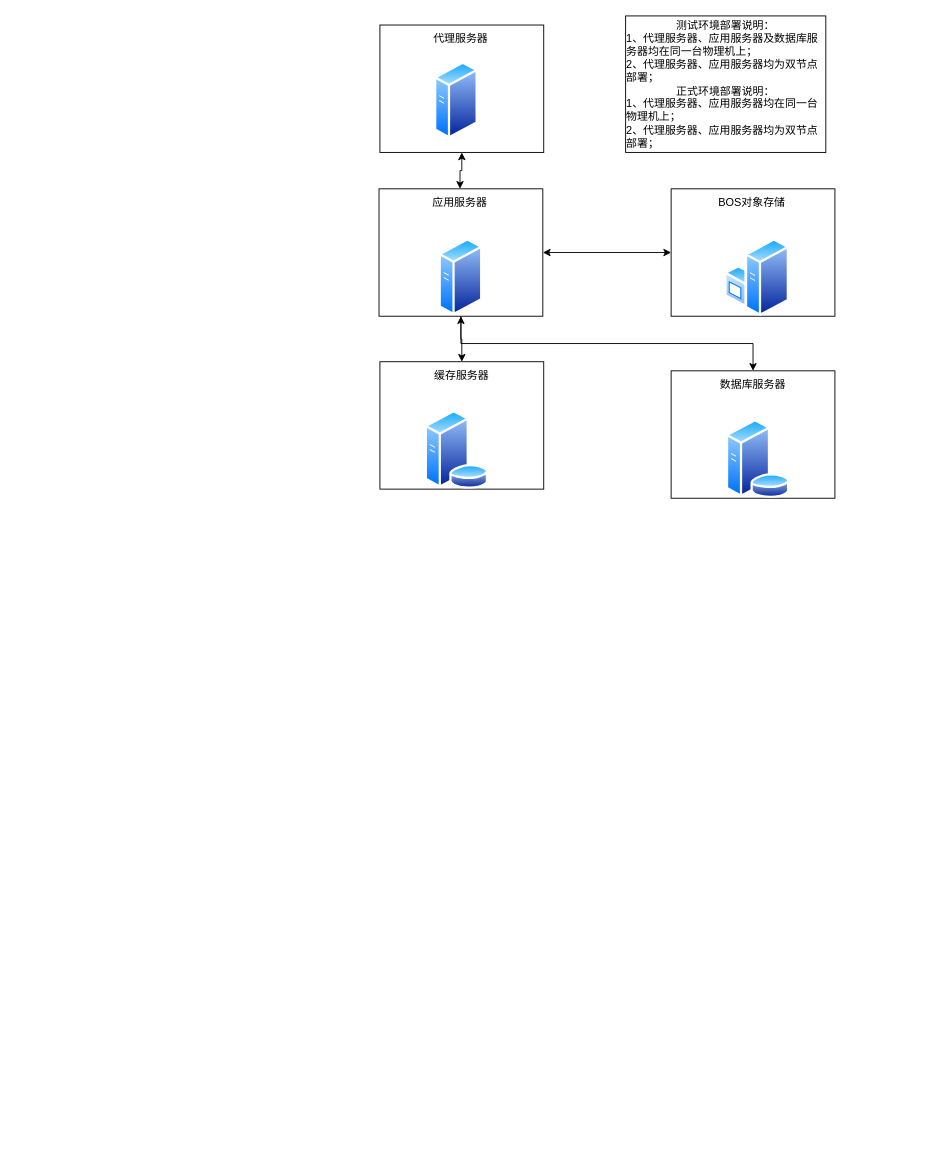
The draw.io diagram 临时.drawio in Amanocino/java-tuling, before the edit. Source tidied: cells renumbered, new cells numbered last; positions are measured from the earlier drawing's top-left corner, leaving out a move shared by most shapes. Both pictures are drawn from the tidied source at 91%, with x=0, y=0 at pixel (379, 15).
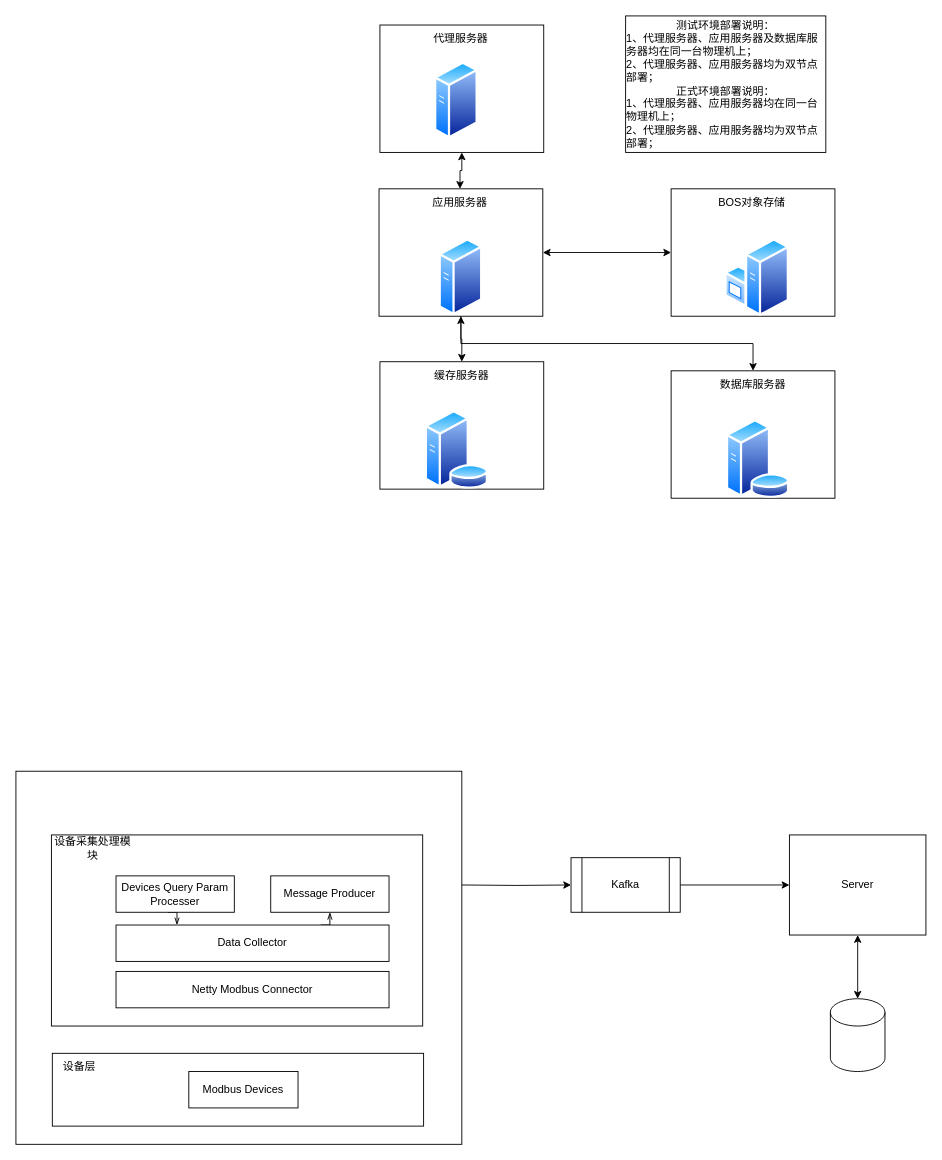
The same diagram, later.

Change to the diagram source:
```diff
@@
+    <mxCell id="22" style="edgeStyle=orthogonalEdgeStyle;rounded=0;jettySize=auto;html=1;exitX=1;exitY=0.5;exitDx=0;exitDy=0;entryX=0;entryY=0.5;entryDx=0;entryDy=0;" parent="1" edge="1" target="24">
+      <mxGeometry relative="1" as="geometry">
+        <mxPoint x="91" y="955" as="sourcePoint" />
+      </mxGeometry>
+    </mxCell>
+    <mxCell id="23" style="edgeStyle=orthogonalEdgeStyle;rounded=0;jettySize=auto;html=1;exitX=1;exitY=0.5;exitDx=0;exitDy=0;entryX=0;entryY=0.5;entryDx=0;entryDy=0;" parent="1" edge="1" source="24" target="25">
+      <mxGeometry relative="1" as="geometry" />
+    </mxCell>
+    <mxCell id="24" value="Kafka" style="shape=process;whiteSpace=wrap;html=1;backgroundOutline=1;" parent="1" vertex="1">
+      <mxGeometry x="211" y="925" width="120" height="60" as="geometry" />
+    </mxCell>
+    <mxCell id="25" value="Server" style="rounded=0;whiteSpace=wrap;html=1;" parent="1" vertex="1">
+      <mxGeometry x="451" y="900" width="150" height="110" as="geometry" />
+    </mxCell>
+    <mxCell id="26" style="shape=cylinder3;whiteSpace=wrap;html=1;boundedLbl=1;backgroundOutline=1;size=15;" parent="1" vertex="1">
+      <mxGeometry x="496" y="1080" width="60" height="80" as="geometry" />
+    </mxCell>
+    <mxCell id="27" style="edgeStyle=orthogonalEdgeStyle;rounded=0;jettySize=auto;html=1;exitX=0.5;exitY=0;exitDx=0;exitDy=0;exitPerimeter=0;entryX=0.5;entryY=1;entryDx=0;entryDy=0;startArrow=classic;startFill=1;" parent="1" edge="1" source="26" target="25">
+      <mxGeometry relative="1" as="geometry" />
+    </mxCell>
+    <mxCell id="28" style="rounded=0;whiteSpace=wrap;html=1;" parent="1" vertex="1">
+      <mxGeometry x="-399" y="830" width="490" height="410" as="geometry" />
+    </mxCell>
+    <mxCell id="29" style="rounded=0;whiteSpace=wrap;html=1;" parent="1" vertex="1">
+      <mxGeometry x="-359" y="1140" width="408" height="80" as="geometry" />
+    </mxCell>
+    <mxCell id="30" value="Modbus Devices" style="rounded=0;whiteSpace=wrap;html=1;" parent="1" vertex="1">
+      <mxGeometry x="-209" y="1160" width="120" height="40" as="geometry" />
+    </mxCell>
+    <mxCell id="31" value="设备层" style="text;strokeColor=none;align=center;fillColor=none;html=1;verticalAlign=middle;whiteSpace=wrap;rounded=0;" parent="1" vertex="1">
+      <mxGeometry x="-359" y="1140" width="60" height="30" as="geometry" />
+    </mxCell>
+    <mxCell id="32" style="rounded=0;whiteSpace=wrap;html=1;" parent="1" vertex="1">
+      <mxGeometry x="-360" y="900" width="408" height="210" as="geometry" />
+    </mxCell>
+    <mxCell id="33" value="Netty Modbus Connector" style="rounded=0;whiteSpace=wrap;html=1;" parent="1" vertex="1">
+      <mxGeometry x="-289" y="1050" width="300" height="40" as="geometry" />
+    </mxCell>
+    <mxCell id="34" value="设备采集处理模块" style="text;strokeColor=none;align=center;fillColor=none;html=1;verticalAlign=middle;whiteSpace=wrap;rounded=0;" parent="1" vertex="1">
+      <mxGeometry x="-360" y="900" width="91" height="30" as="geometry" />
+    </mxCell>
+    <mxCell id="35" style="edgeStyle=orthogonalEdgeStyle;rounded=0;jettySize=auto;html=1;exitX=0.75;exitY=0;exitDx=0;exitDy=0;entryX=0.5;entryY=1;entryDx=0;entryDy=0;endArrow=openThin;endFill=0;" parent="1" edge="1" source="36" target="37">
+      <mxGeometry relative="1" as="geometry" />
+    </mxCell>
+    <mxCell id="36" value="Data Collector" style="rounded=0;whiteSpace=wrap;html=1;" parent="1" vertex="1">
+      <mxGeometry x="-289" y="999" width="300" height="40" as="geometry" />
+    </mxCell>
+    <mxCell id="37" value="Message Producer" style="rounded=0;whiteSpace=wrap;html=1;" parent="1" vertex="1">
+      <mxGeometry x="-119" y="945" width="130" height="40" as="geometry" />
+    </mxCell>
+    <mxCell id="38" style="edgeStyle=orthogonalEdgeStyle;rounded=0;orthogonalLoop=1;jettySize=auto;html=1;exitX=0.5;exitY=1;exitDx=0;exitDy=0;entryX=0.25;entryY=0;entryDx=0;entryDy=0;endArrow=openThin;endFill=0;" parent="1" edge="1">
+      <mxGeometry relative="1" as="geometry">
+        <mxPoint x="-232" y="985" as="sourcePoint" />
+        <mxPoint x="-222" y="999" as="targetPoint" />
+      </mxGeometry>
+    </mxCell>
+    <mxCell id="39" value="Devices Query Param Processer" style="rounded=0;whiteSpace=wrap;html=1;" parent="1" vertex="1">
+      <mxGeometry x="-289" y="945" width="130" height="40" as="geometry" />
+    </mxCell>
```
